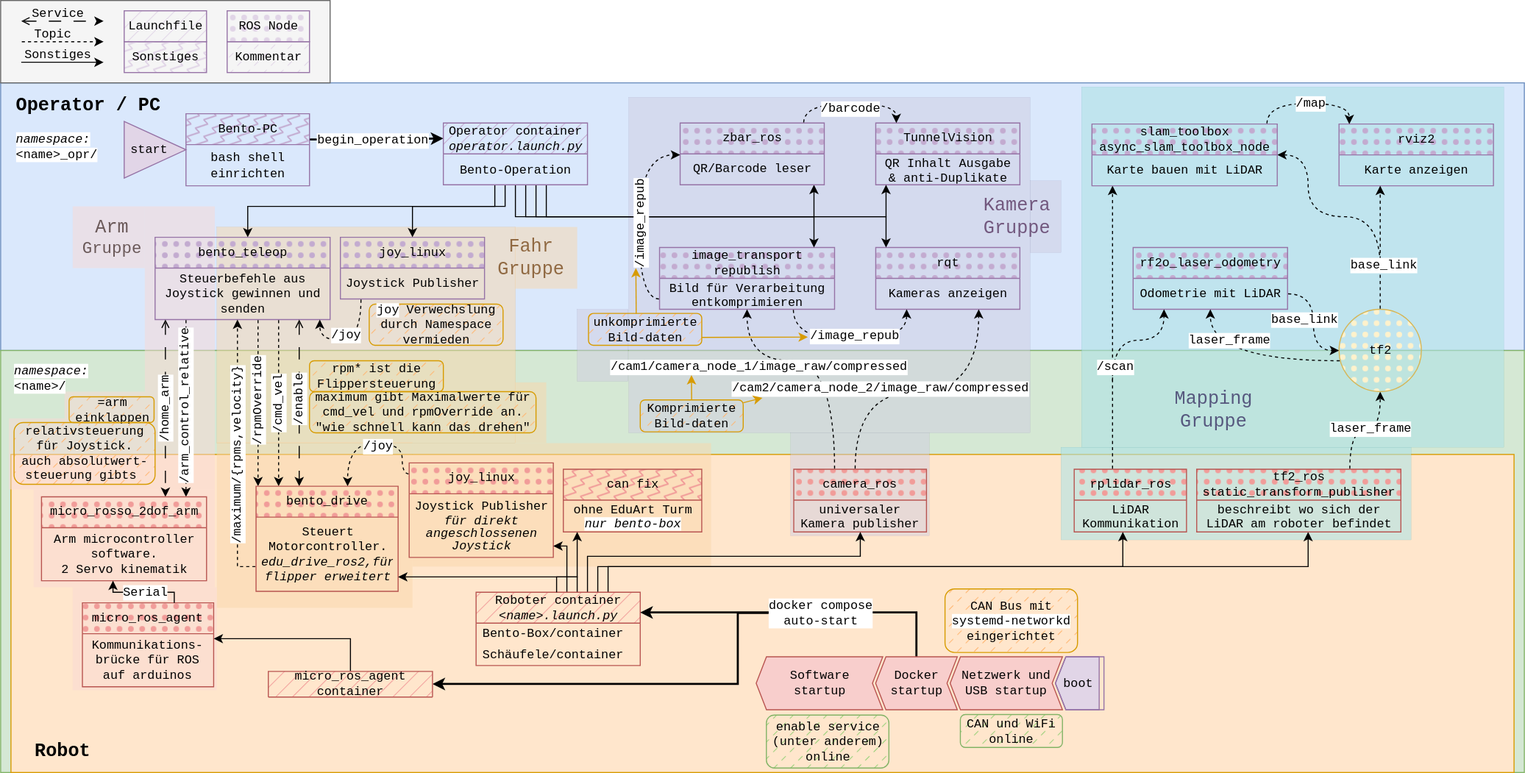
Earlier version of the draw.io export draw.io/Bento_software_layout.drawio.svg (Bento-Robotics/.github). Source tidied: cells renumbered, new cells last; positions are measured from the earlier drawing's top-left corner, leaving out a move shared by most shapes.
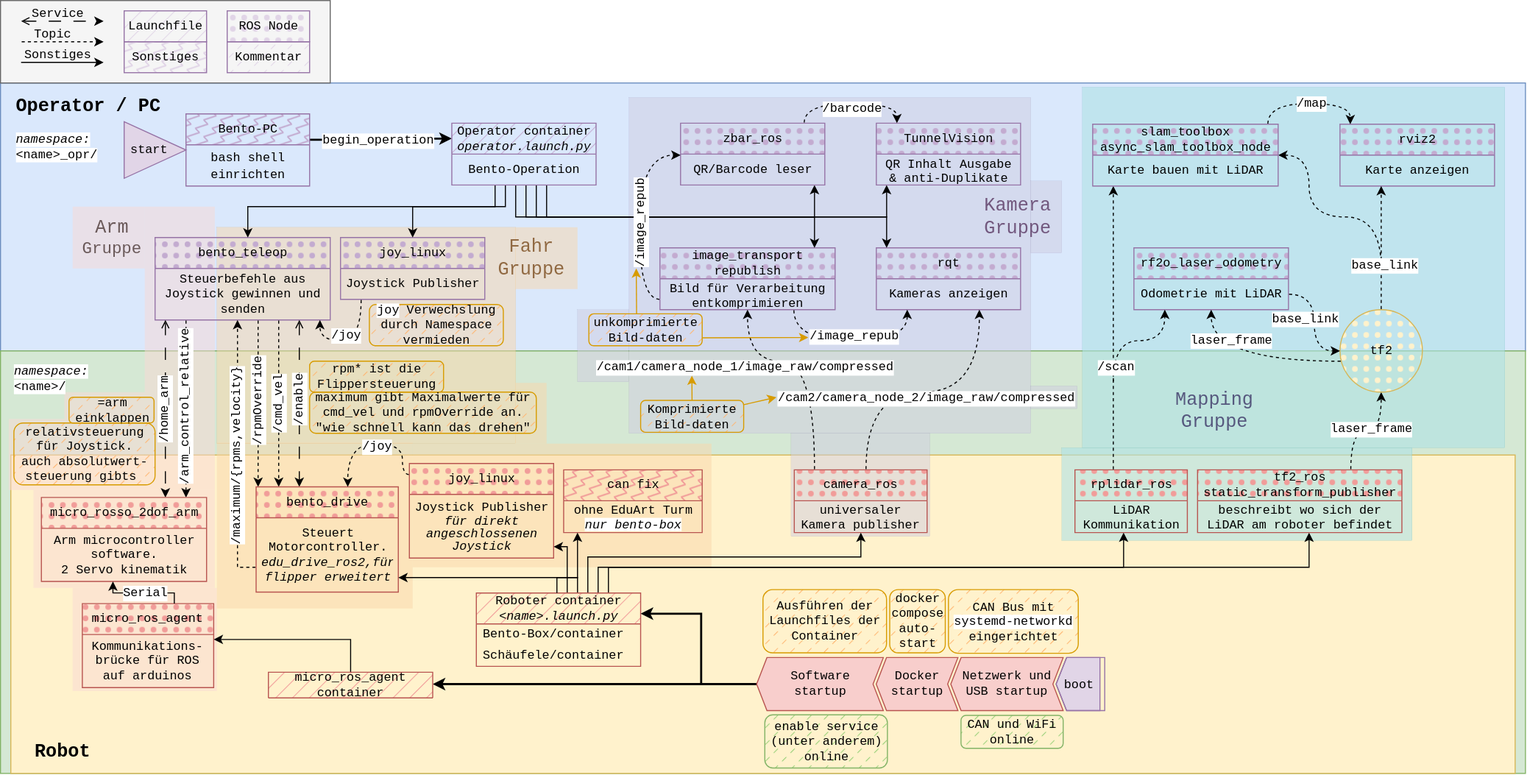
Above is the later version.

Diff of the diagram source:
```diff
@@ -8,7 +8,7 @@
     <mxCell id="3" style="rounded=0;whiteSpace=wrap;html=1;align=center;verticalAlign=middle;spacingLeft=4;spacingRight=4;fontFamily=Courier New;fontSize=12;fontStyle=0;horizontal=1;fillColor=#d5e8d4;strokeColor=#82b366;" parent="1" vertex="1">
       <mxGeometry y="340" width="1480" height="410" as="geometry" />
     </mxCell>
-    <mxCell id="4" style="rounded=0;whiteSpace=wrap;html=1;align=center;verticalAlign=middle;spacingLeft=4;spacingRight=4;fontFamily=Courier New;fontSize=12;fontStyle=0;horizontal=1;fillColor=#ffe6cc;strokeColor=#d79b00;" parent="1" vertex="1">
+    <mxCell id="4" style="rounded=0;whiteSpace=wrap;html=1;align=center;verticalAlign=middle;spacingLeft=4;spacingRight=4;fontFamily=Courier New;fontSize=12;fontStyle=0;horizontal=1;fillColor=#fff2cc;strokeColor=#d6b656;" parent="1" vertex="1">
       <mxGeometry x="10" y="441" width="1460" height="309" as="geometry" />
     </mxCell>
     <mxCell id="5" style="group;" parent="1" vertex="1">
@@ -45,7 +45,7 @@
       <mxGeometry y="350" width="340" height="90" as="geometry" />
     </mxCell>
     <mxCell id="16" style="group;opacity=10;" parent="1" vertex="1">
-      <mxGeometry x="560" y="94" width="470" height="426" as="geometry" />
+      <mxGeometry x="560" y="94" width="485" height="426" as="geometry" />
     </mxCell>
     <mxCell id="17" style="rounded=0;whiteSpace=wrap;html=1;align=center;verticalAlign=middle;spacingLeft=4;spacingRight=4;fontFamily=Courier New;fontSize=12;fontStyle=0;horizontal=1;fillColor=#d0cee2;strokeWidth=0;perimeterSpacing=1;strokeColor=#56517e;opacity=50;" parent="16" vertex="1">
       <mxGeometry x="50" width="390" height="326" as="geometry" />
@@ -59,6 +59,9 @@
     <mxCell id="20" style="rounded=0;whiteSpace=wrap;html=1;align=center;verticalAlign=middle;spacingLeft=4;spacingRight=4;fontFamily=Courier New;fontSize=12;fontStyle=0;horizontal=1;fillColor=#d0cee2;strokeWidth=0;perimeterSpacing=1;strokeColor=#56517e;opacity=50;" parent="16" vertex="1">
       <mxGeometry x="440" y="81" width="30" height="70" as="geometry" />
     </mxCell>
+    <mxCell id="167" style="rounded=0;whiteSpace=wrap;html=1;align=center;verticalAlign=middle;spacingLeft=4;spacingRight=4;fontFamily=Courier New;fontSize=12;fontStyle=0;horizontal=1;fillColor=#d0cee2;strokeWidth=0;perimeterSpacing=1;strokeColor=#56517e;opacity=50;" parent="16" vertex="1">
+      <mxGeometry x="440" y="280" width="45" height="22" as="geometry" />
+    </mxCell>
     <mxCell id="21" style="group;opacity=60;" parent="1" vertex="1">
       <mxGeometry x="210" y="220" width="480" height="370" as="geometry" />
     </mxCell>
@@ -98,7 +101,7 @@
     </mxCell>
     <mxCell id="31" value="&lt;font style=&quot;background-color: rgb(248, 206, 204);&quot; face=&quot;Courier New&quot;&gt;begin_operation&lt;/font&gt;" style="edgeLabel;html=1;align=center;verticalAlign=middle;rounded=0;shadow=0;glass=0;fillStyle=hatch;strokeColor=#9673a6;swimlaneFillColor=none;fontFamily=Courier New;fontSize=12;fontColor=default;fontStyle=0;horizontal=1;fillColor=#e1d5e7;labelBackgroundColor=default;" parent="30" vertex="1">
       <mxGeometry x="0.38" y="-1" relative="1" as="geometry">
-        <mxPoint x="-28" as="offset" />
+        <mxPoint x="-29" as="offset" />
       </mxGeometry>
     </mxCell>
     <mxCell id="32" value="&lt;a href=&quot;https://github.com/Bento-Robotics/Bento-PC&quot;&gt;Bento-PC&lt;/a&gt;" style="swimlane;fontStyle=0;horizontal=1;startSize=30;whiteSpace=wrap;html=1;fontFamily=Courier New;rounded=0;glass=0;shadow=0;swimlaneLine=1;swimlaneFillColor=none;fillColor=#C3ABD0;strokeColor=#9673a6;fillStyle=zigzag-line;" parent="1" vertex="1">
@@ -186,10 +189,10 @@
       </mxGeometry>
     </mxCell>
     <mxCell id="50" value="&lt;div&gt;Operator container&lt;/div&gt;&lt;div&gt;&lt;i&gt;&lt;a href=&quot;https://github.com/Bento-Robotics/Bento-Operation/blob/main/launch-content/operator.launch.py&quot;&gt;operator.launch.py&lt;/a&gt;&lt;/i&gt;&lt;/div&gt;" style="swimlane;fontStyle=0;horizontal=1;startSize=30;whiteSpace=wrap;html=1;rounded=0;shadow=0;glass=0;fillStyle=hatch;strokeColor=#9673a6;align=center;verticalAlign=middle;swimlaneFillColor=none;fontFamily=Courier New;fontSize=12;fontColor=default;fillColor=#C3ABD0;" parent="1" vertex="1">
-      <mxGeometry x="430" y="119" width="140" height="60" as="geometry" />
+      <mxGeometry x="438" y="119" width="140" height="60" as="geometry" />
     </mxCell>
-    <mxCell id="51" value="&lt;a href=&quot;https://github.com/Bento-Robotics/Bento-Operation&quot;&gt;Bento-Operation&lt;/a&gt;" style="text;strokeColor=none;fillColor=none;align=center;verticalAlign=middle;spacingLeft=4;spacingRight=4;overflow=hidden;whiteSpace=wrap;html=1;fontFamily=Courier New;fontSize=12;fontColor=default;fontStyle=0;horizontal=1;" parent="1" vertex="1">
-      <mxGeometry x="430" y="150" width="140" height="30" as="geometry" />
+    <mxCell id="51" value="&lt;a href=&quot;https://github.com/Bento-Robotics/Bento-Operation&quot;&gt;Bento-Operation&lt;/a&gt;" style="text;strokeColor=none;fillColor=none;align=center;verticalAlign=middle;spacingLeft=4;spacingRight=4;overflow=hidden;whiteSpace=wrap;html=1;fontFamily=Courier New;fontSize=12;fontColor=default;fontStyle=0;horizontal=1;" parent="50" vertex="1">
+      <mxGeometry y="30" width="140" height="30" as="geometry" />
     </mxCell>
     <mxCell id="52" style="endArrow=classic;html=1;rounded=0;fontFamily=Courier New;fontSize=12;fontColor=default;fontStyle=0;horizontal=1;edgeStyle=orthogonalEdgeStyle;elbow=vertical;curved=1;flowAnimation=1;dashed=1;" parent="1" edge="1" source="36" target="34">
       <mxGeometry relative="1" as="geometry">
@@ -321,27 +324,27 @@
     <mxCell id="74" style="endArrow=classic;html=1;rounded=0;fontFamily=Courier New;fontSize=12;fontColor=default;fontStyle=0;horizontal=1;dashed=1;edgeStyle=orthogonalEdgeStyle;flowAnimation=1;curved=1;" parent="1" edge="1" source="99" target="38">
       <mxGeometry relative="1" as="geometry">
         <Array as="points">
-          <mxPoint x="810" y="350" />
+          <mxPoint x="790" y="350" />
           <mxPoint x="725" y="350" />
         </Array>
       </mxGeometry>
     </mxCell>
     <mxCell id="75" value="/cam1/camera_node_1/image_raw/compressed" style="edgeLabel;html=1;align=center;verticalAlign=middle;spacingLeft=4;spacingRight=4;fontFamily=Courier New;fontSize=12;fontColor=default;fontStyle=0;horizontal=1;fillColor=none;gradientColor=none;" parent="74" vertex="1">
       <mxGeometry x="-0.1" relative="1" as="geometry">
-        <mxPoint x="-73" y="5" as="offset" />
+        <mxPoint x="-69" y="-1" as="offset" />
       </mxGeometry>
     </mxCell>
     <mxCell id="76" style="endArrow=classic;html=1;rounded=0;fontFamily=Courier New;fontSize=12;fontColor=default;fontStyle=0;horizontal=1;edgeStyle=orthogonalEdgeStyle;curved=1;dashed=1;flowAnimation=1;" parent="1" edge="1" source="99" target="42">
       <mxGeometry relative="1" as="geometry">
         <Array as="points">
-          <mxPoint x="830" y="380" />
+          <mxPoint x="840" y="380" />
           <mxPoint x="950" y="380" />
         </Array>
       </mxGeometry>
     </mxCell>
     <mxCell id="77" value="/cam2/camera_node_2/image_raw/compressed" style="edgeLabel;html=1;align=center;verticalAlign=middle;spacingLeft=4;spacingRight=4;fontFamily=Courier New;fontSize=12;fontColor=default;fontStyle=0;horizontal=1;fillColor=none;gradientColor=none;" parent="76" vertex="1">
       <mxGeometry x="0.15" y="-1" relative="1" as="geometry">
-        <mxPoint x="-60" y="-5" as="offset" />
+        <mxPoint x="-19" y="4" as="offset" />
       </mxGeometry>
     </mxCell>
     <mxCell id="78" style="endArrow=classic;html=1;rounded=0;fontFamily=Courier New;fontSize=12;fontColor=default;fontStyle=0;horizontal=1;edgeStyle=orthogonalEdgeStyle;curved=1;dashed=1;flowAnimation=1;" parent="1" edge="1" source="38" target="72">
@@ -394,7 +397,7 @@
     </mxCell>
     <mxCell id="87" style="endArrow=classic;html=1;rounded=0;fontFamily=Courier New;fontSize=12;fontColor=default;fontStyle=0;horizontal=1;fillColor=#ffe6cc;strokeColor=#d79b00;" parent="1" edge="1" source="86">
       <mxGeometry relative="1" as="geometry">
-        <mxPoint x="740" y="386" as="targetPoint" />
+        <mxPoint x="753" y="385" as="targetPoint" />
       </mxGeometry>
     </mxCell>
     <mxCell id="88" value="unkomprimierte Bild-daten" style="rounded=1;whiteSpace=wrap;html=1;align=center;verticalAlign=middle;spacingLeft=4;spacingRight=4;fontFamily=Courier New;fontSize=12;fontStyle=0;horizontal=1;fillColor=#FFB570;strokeColor=#d79b00;fillStyle=dashed;" parent="1" vertex="1">
@@ -446,12 +449,11 @@
         <mxPoint x="-3" y="-7" as="offset" />
       </mxGeometry>
     </mxCell>
-    <mxCell id="98" style="endArrow=classic;html=1;rounded=0;fontFamily=Courier New;fontSize=12;fontColor=default;fontStyle=0;horizontal=1;edgeStyle=orthogonalEdgeStyle;strokeWidth=2;" parent="1" edge="1" target="141">
+    <mxCell id="98" style="endArrow=classic;html=1;rounded=0;fontFamily=Courier New;fontSize=12;fontColor=default;fontStyle=0;horizontal=1;edgeStyle=orthogonalEdgeStyle;strokeWidth=2;exitX=1;exitY=0.5;exitDx=0;exitDy=0;" parent="1" edge="1" source="138" target="141">
       <mxGeometry relative="1" as="geometry">
-        <mxPoint x="746" y="595" as="sourcePoint" />
         <Array as="points">
-          <mxPoint x="716" y="595" />
-          <mxPoint x="716" y="664" />
+          <mxPoint x="720" y="663" />
+          <mxPoint x="720" y="663" />
         </Array>
       </mxGeometry>
     </mxCell>
@@ -603,20 +605,16 @@
         <mxPoint x="-6" y="-2" as="offset" />
       </mxGeometry>
     </mxCell>
-    <mxCell id="132" style="edgeStyle=orthogonalEdgeStyle;rounded=0;jettySize=auto;html=1;fontFamily=Courier New;fontSize=12;fontColor=default;fontStyle=0;horizontal=1;strokeWidth=2;" parent="1" edge="1" source="137" target="116">
+    <mxCell id="132" style="edgeStyle=orthogonalEdgeStyle;rounded=0;jettySize=auto;html=1;fontFamily=Courier New;fontSize=12;fontColor=default;fontStyle=0;horizontal=1;strokeWidth=2;exitX=1;exitY=0.5;exitDx=0;exitDy=0;" parent="1" edge="1" source="138" target="116">
       <mxGeometry relative="1" as="geometry">
         <Array as="points">
-          <mxPoint x="889.5" y="594.5" />
+          <mxPoint x="680" y="663" />
+          <mxPoint x="680" y="595" />
         </Array>
       </mxGeometry>
     </mxCell>
-    <mxCell id="133" value="&lt;div&gt;docker compose&lt;/div&gt;&lt;div&gt;auto-start&lt;/div&gt;" style="edgeLabel;html=1;align=center;verticalAlign=middle;spacingLeft=4;spacingRight=4;fontFamily=Courier New;fontSize=12;fontColor=default;fontStyle=0;horizontal=1;fillColor=none;gradientColor=none;" parent="132" vertex="1">
-      <mxGeometry x="-0.22" y="-2" relative="1" as="geometry">
-        <mxPoint x="-15" y="2" as="offset" />
-      </mxGeometry>
-    </mxCell>
     <mxCell id="134" value="&lt;div&gt;CAN Bus&amp;nbsp;mit&lt;/div&gt;&lt;div&gt;&lt;font style=&quot;background-color: light-dark(#ffffff, var(--ge-dark-color, #121212));&quot; face=&quot;Courier New&quot;&gt;systemd-networkd&lt;/font&gt;&lt;/div&gt;&lt;div&gt;eingerichtet&lt;/div&gt;" style="rounded=1;whiteSpace=wrap;html=1;align=center;verticalAlign=middle;spacingLeft=4;spacingRight=4;fontFamily=Courier New;fontSize=12;fontStyle=0;horizontal=1;fillColor=#FFB570;strokeColor=#d79b00;fillStyle=dashed;" parent="1" vertex="1">
-      <mxGeometry x="917.3" y="571.6" width="128.7" height="61.8" as="geometry" />
+      <mxGeometry x="920" y="571.6" width="126" height="61.8" as="geometry" />
     </mxCell>
     <mxCell id="135" value="&lt;div align=&quot;center&quot;&gt;Netzwerk und&lt;/div&gt;&lt;div align=&quot;center&quot;&gt;USB startup&lt;/div&gt;" style="shape=step;perimeter=stepPerimeter;whiteSpace=wrap;html=1;fixedSize=1;align=center;verticalAlign=middle;spacingLeft=4;spacingRight=4;fontFamily=Courier New;fontSize=12;fontStyle=0;horizontal=1;fillColor=#f8cecc;direction=west;strokeColor=#b85450;fillStyle=solid;size=9.999999999999773;" parent="1" vertex="1">
       <mxGeometry x="922.3" y="637.5" width="109.1" height="51.5" as="geometry" />
@@ -631,7 +629,7 @@
       <mxGeometry x="733.9" y="637.5" width="123" height="51.5" as="geometry" />
     </mxCell>
     <mxCell id="139" value="enable service&lt;br&gt;(unter anderem) online" style="rounded=1;whiteSpace=wrap;html=1;align=center;verticalAlign=middle;spacingLeft=4;spacingRight=4;fontFamily=Courier New;fontSize=12;fontStyle=0;horizontal=1;fillColor=#97D077;strokeColor=#82b366;fillStyle=dashed;" parent="1" vertex="1">
-      <mxGeometry x="743.8" y="694.2" width="119" height="51.5" as="geometry" />
+      <mxGeometry x="741.8" y="693.2" width="119" height="51.5" as="geometry" />
     </mxCell>
     <mxCell id="140" value="CAN und WiFi online" style="rounded=1;whiteSpace=wrap;html=1;align=center;verticalAlign=middle;spacingLeft=4;spacingRight=4;fontFamily=Courier New;fontSize=12;fontStyle=0;horizontal=1;fillColor=#97D077;strokeColor=#82b366;fillStyle=dashed;" parent="1" vertex="1">
       <mxGeometry x="932.2" y="693.7" width="99.2" height="31.9" as="geometry" />
@@ -749,5 +747,11 @@
     <mxCell id="166" value="&lt;div&gt;&lt;font style=&quot;font-size: 18px;&quot;&gt;Arm&lt;/font&gt;&lt;/div&gt;&lt;div&gt;&lt;font size=&quot;3&quot;&gt;Gruppe&lt;/font&gt;&lt;/div&gt;" style="text;html=1;align=center;verticalAlign=middle;whiteSpace=wrap;rounded=0;fontFamily=Courier New;fontSize=12;fontColor=#6A5959;fontStyle=0;horizontal=1;" parent="1" vertex="1">
       <mxGeometry x="77.6" y="215" width="60" height="30" as="geometry" />
     </mxCell>
+    <mxCell id="133" value="&lt;div&gt;docker compose&lt;/div&gt;&lt;div&gt;auto-start&lt;/div&gt;" style="rounded=1;whiteSpace=wrap;html=1;align=center;verticalAlign=middle;spacingLeft=4;spacingRight=4;fontFamily=Courier New;fontSize=12;fontStyle=0;horizontal=1;fillColor=#FFB570;strokeColor=#d79b00;fillStyle=dashed;" parent="1" vertex="1">
+      <mxGeometry x="863" y="571.6" width="53.9" height="61.4" as="geometry" />
+    </mxCell>
+    <mxCell id="168" value="Ausführen der Launchfiles der Container" style="rounded=1;whiteSpace=wrap;html=1;align=center;verticalAlign=middle;spacingLeft=4;spacingRight=4;fontFamily=Courier New;fontSize=12;fontStyle=0;horizontal=1;fillColor=#FFB570;strokeColor=#d79b00;fillStyle=dashed;" parent="1" vertex="1">
+      <mxGeometry x="740" y="571.6" width="119.9" height="61.4" as="geometry" />
+    </mxCell>
   </root>
 </mxGraphModel>
```
